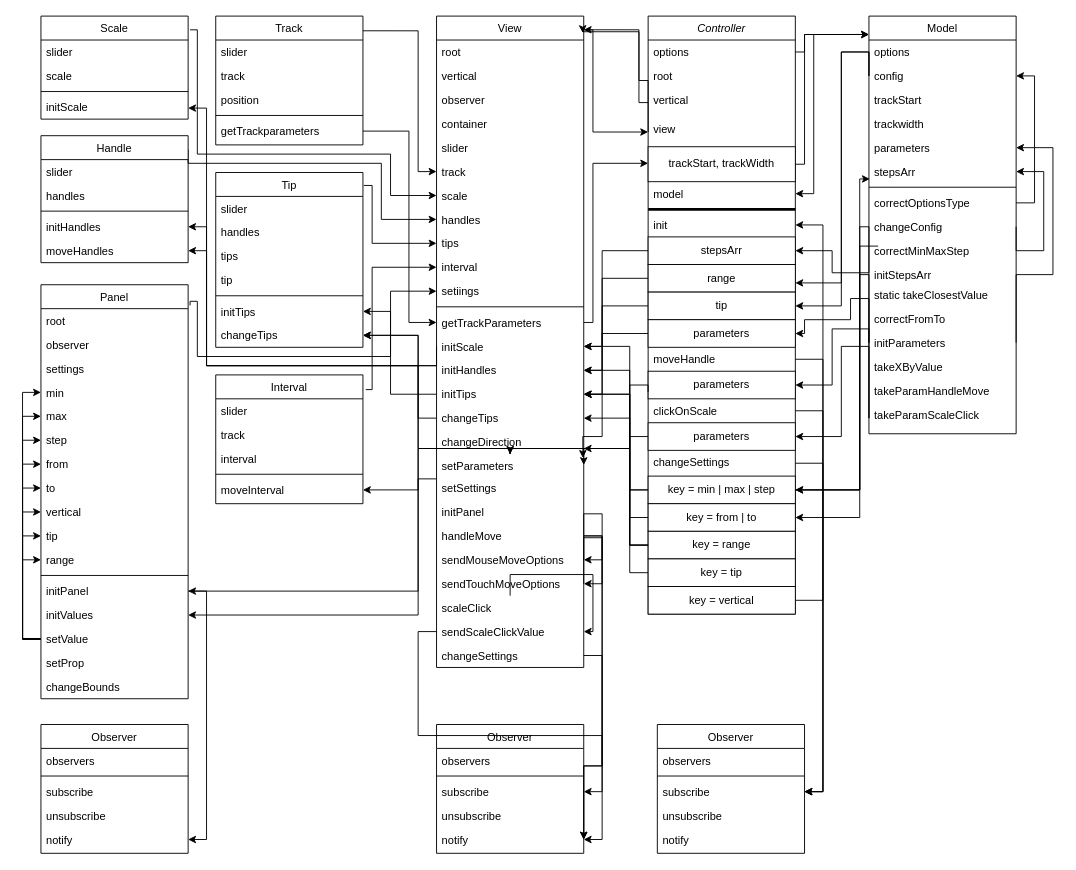
Earlier version of the draw.io diagram Untitled Diagram.drawio (galiaMuslimova/Slider). Source tidied: cells renumbered, new cells numbered last; positions are measured from the earlier drawing's top-left corner, leaving out a move shared by most shapes. Both pictures are drawn from the tidied source at 92%, with x=0, y=0 at pixel (40, 16).
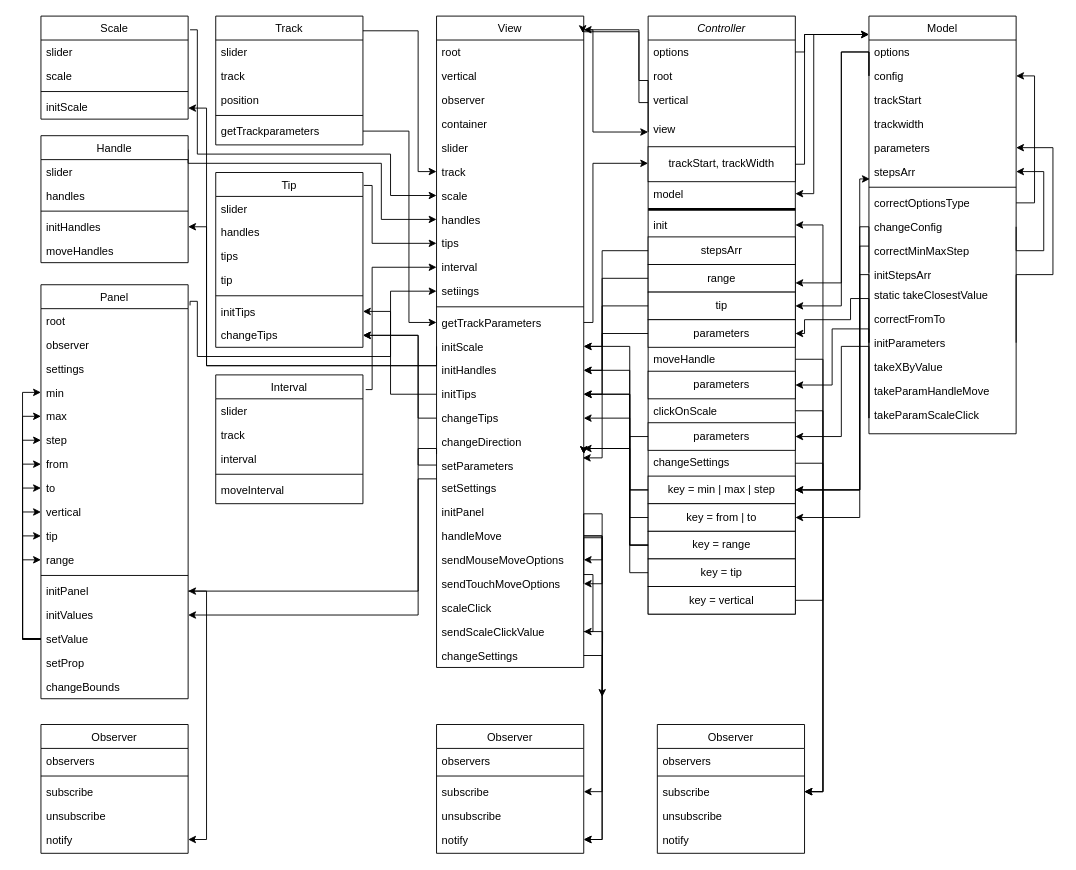
After the change.

Unchanged cells that the change refers to:
```xml
<mxCell id="2" value="View" style="swimlane;fontStyle=0;align=center;verticalAlign=top;horizontal=1;startSize=26;rounded=0;shadow=0;strokeWidth=1;" parent="1" vertex="1">
  <mxGeometry x="430" width="160" height="708" as="geometry" />
</mxCell>
<mxCell id="21" value="setParameters" style="text;align=left;verticalAlign=top;spacingLeft=4;spacingRight=4;overflow=hidden;points=[[0,0.5],[1,0.5]];portConstraint=eastwest;" parent="2" vertex="1">
  <mxGeometry y="476" width="160" height="24" as="geometry" />
</mxCell>
<mxCell id="27" value="sendMouseMoveOptions" style="text;align=left;verticalAlign=top;spacingLeft=4;spacingRight=4;overflow=hidden;points=[[0,0.5],[1,0.5]];portConstraint=eastwest;" parent="2" vertex="1">
  <mxGeometry y="578" width="160" height="26" as="geometry" />
</mxCell>
<mxCell id="28" value="sendTouchMoveOptions" style="text;align=left;verticalAlign=top;spacingLeft=4;spacingRight=4;overflow=hidden;points=[[0,0.5],[1,0.5]];portConstraint=eastwest;" parent="2" vertex="1">
  <mxGeometry y="604" width="160" height="26" as="geometry" />
</mxCell>
<mxCell id="29" value="scaleClick" style="text;align=left;verticalAlign=top;spacingLeft=4;spacingRight=4;overflow=hidden;points=[[0,0.5],[1,0.5]];portConstraint=eastwest;" parent="2" vertex="1">
  <mxGeometry y="630" width="160" height="26" as="geometry" />
</mxCell>
<mxCell id="30" value="sendScaleClickValue" style="text;align=left;verticalAlign=top;spacingLeft=4;spacingRight=4;overflow=hidden;points=[[0,0.5],[1,0.5]];portConstraint=eastwest;" parent="2" vertex="1">
  <mxGeometry y="656" width="160" height="26" as="geometry" />
</mxCell>
<mxCell id="46" value="initStepsArr" style="text;align=left;verticalAlign=top;spacingLeft=4;spacingRight=4;overflow=hidden;points=[[0,0.5],[1,0.5]];portConstraint=eastwest;rounded=0;shadow=0;html=0;" parent="34" vertex="1">
  <mxGeometry y="268" width="160" height="22" as="geometry" />
</mxCell>
<mxCell id="64" value="stepsArr" style="rounded=0;whiteSpace=wrap;html=1;" parent="55" vertex="1">
  <mxGeometry y="240" width="160" height="30" as="geometry" />
</mxCell>
<mxCell id="67" value="parameters" style="rounded=0;whiteSpace=wrap;html=1;" parent="55" vertex="1">
  <mxGeometry y="330" width="160" height="30" as="geometry" />
</mxCell>
<mxCell id="69" value="parameters" style="rounded=0;whiteSpace=wrap;html=1;" parent="55" vertex="1">
  <mxGeometry y="386" width="160" height="30" as="geometry" />
</mxCell>
<mxCell id="73" value="key = min | max | step" style="rounded=0;whiteSpace=wrap;html=1;" parent="55" vertex="1">
  <mxGeometry y="500" width="160" height="30" as="geometry" />
</mxCell>
<mxCell id="74" value="key = from | to" style="rounded=0;whiteSpace=wrap;html=1;" parent="55" vertex="1">
  <mxGeometry y="530" width="160" height="30" as="geometry" />
</mxCell>
<mxCell id="106" value="notify" style="text;align=left;verticalAlign=top;spacingLeft=4;spacingRight=4;overflow=hidden;points=[[0,0.5],[1,0.5]];portConstraint=eastwest;rounded=0;shadow=0;html=0;" parent="101" vertex="1">
  <mxGeometry y="112" width="160" height="26" as="geometry" />
</mxCell>
<mxCell id="127" value="moveHandles" style="text;align=left;verticalAlign=top;spacingLeft=4;spacingRight=4;overflow=hidden;points=[[0,0.5],[1,0.5]];portConstraint=eastwest;rounded=0;shadow=0;html=0;" parent="122" vertex="1">
  <mxGeometry y="112" width="160" height="26" as="geometry" />
</mxCell>
<mxCell id="135" value="changeTips" style="text;align=left;verticalAlign=top;spacingLeft=4;spacingRight=4;overflow=hidden;points=[[0,0.5],[1,0.5]];portConstraint=eastwest;rounded=0;shadow=0;html=0;" parent="128" vertex="1">
  <mxGeometry y="164" width="160" height="26" as="geometry" />
</mxCell>
<mxCell id="142" value="moveInterval" style="text;align=left;verticalAlign=top;spacingLeft=4;spacingRight=4;overflow=hidden;points=[[0,0.5],[1,0.5]];portConstraint=eastwest;rounded=0;shadow=0;html=0;" parent="137" vertex="1">
  <mxGeometry y="112" width="160" height="26" as="geometry" />
</mxCell>
<mxCell id="159" value="initValues" style="text;align=left;verticalAlign=top;spacingLeft=4;spacingRight=4;overflow=hidden;points=[[0,0.5],[1,0.5]];portConstraint=eastwest;rounded=0;shadow=0;html=0;" parent="145" vertex="1">
  <mxGeometry y="346" width="160" height="26" as="geometry" />
</mxCell>
```

Change to the diagram source:
```diff
@@
-    <mxCell id="32" style="edgeStyle=orthogonalEdgeStyle;rounded=0;jettySize=auto;html=1;entryX=1;entryY=0.5;entryDx=0;entryDy=0;" parent="2" edge="1" source="29" target="30">
+    <mxCell id="32" style="edgeStyle=orthogonalEdgeStyle;rounded=0;jettySize=auto;html=1;entryX=1;entryY=0.5;entryDx=0;entryDy=0;" parent="2" edge="1" target="30">
       <mxGeometry relative="1" as="geometry">
+        <mxPoint x="160" y="607" as="sourcePoint" />
         <Array as="points">
           <mxPoint x="170" y="607" />
         </Array>
       </mxGeometry>
     </mxCell>
@@
-    <mxCell id="85" style="edgeStyle=orthogonalEdgeStyle;rounded=0;jettySize=auto;html=1;entryX=1;entryY=0.5;entryDx=0;entryDy=0;" parent="1" edge="1" source="46" target="64">
-      <mxGeometry relative="1" as="geometry" />
-    </mxCell>
@@
     <mxCell id="179" style="edgeStyle=orthogonalEdgeStyle;rounded=0;jettySize=auto;html=1;exitX=1;exitY=0.5;exitDx=0;exitDy=0;entryX=1;entryY=0.5;entryDx=0;entryDy=0;" parent="1" edge="1" source="27" target="106">
       <mxGeometry relative="1" as="geometry">
         <Array as="points">
           <mxPoint x="590" y="541" />
           <mxPoint x="610" y="541" />
-          <mxPoint x="610" y="815" />
+          <mxPoint x="610" y="895" />
         </Array>
       </mxGeometry>
     </mxCell>
-    <mxCell id="180" style="edgeStyle=orthogonalEdgeStyle;rounded=0;jettySize=auto;html=1;exitX=1;exitY=0.5;exitDx=0;exitDy=0;entryX=1;entryY=0.5;entryDx=0;entryDy=0;" parent="1" edge="1" source="28" target="106">
+    <mxCell id="180" style="edgeStyle=orthogonalEdgeStyle;rounded=0;jettySize=auto;html=1;exitX=1;exitY=0.5;exitDx=0;exitDy=0;" parent="1" edge="1" source="28">
       <mxGeometry relative="1" as="geometry">
+        <mxPoint x="590" y="895" as="targetPoint" />
         <Array as="points">
           <mxPoint x="590" y="567" />
           <mxPoint x="610" y="567" />
-          <mxPoint x="610" y="815" />
+          <mxPoint x="610" y="895" />
         </Array>
       </mxGeometry>
     </mxCell>
@@
     <mxCell id="183" style="edgeStyle=orthogonalEdgeStyle;rounded=0;jettySize=auto;html=1;exitX=0;exitY=0.5;exitDx=0;exitDy=0;entryX=0.994;entryY=0.175;entryDx=0;entryDy=0;entryPerimeter=0;" parent="1" edge="1" source="67" target="21">
       <mxGeometry relative="1" as="geometry">
         <Array as="points">
           <mxPoint x="610" y="345" />
-          <mxPoint x="610" y="457" />
+          <mxPoint x="610" y="480" />
         </Array>
       </mxGeometry>
     </mxCell>
-    <mxCell id="184" style="edgeStyle=orthogonalEdgeStyle;rounded=0;jettySize=auto;html=1;exitX=0;exitY=0.75;exitDx=0;exitDy=0;entryX=1;entryY=0.5;entryDx=0;entryDy=0;" parent="1" edge="1" source="69" target="21">
-      <mxGeometry relative="1" as="geometry">
-        <Array as="points">
-          <mxPoint x="660" y="401" />
-          <mxPoint x="640" y="401" />
-          <mxPoint x="640" y="470" />
-        </Array>
-      </mxGeometry>
-    </mxCell>
@@
     <mxCell id="191" style="edgeStyle=orthogonalEdgeStyle;rounded=0;jettySize=auto;html=1;exitX=0;exitY=0.5;exitDx=0;exitDy=0;" parent="1" edge="1" source="73" target="21">
       <mxGeometry relative="1" as="geometry">
         <Array as="points">
           <mxPoint x="640" y="515" />
           <mxPoint x="640" y="470" />
+          <mxPoint x="590" y="470" />
         </Array>
       </mxGeometry>
     </mxCell>
     <mxCell id="192" style="edgeStyle=orthogonalEdgeStyle;rounded=0;jettySize=auto;html=1;entryX=1;entryY=0.5;entryDx=0;entryDy=0;" parent="1" edge="1" target="74">
       <mxGeometry relative="1" as="geometry">
-        <mxPoint x="910" y="250" as="sourcePoint" />
+        <mxPoint x="900" y="250" as="sourcePoint" />
         <Array as="points">
-          <mxPoint x="910" y="250" />
           <mxPoint x="890" y="250" />
           <mxPoint x="890" y="545" />
         </Array>
       </mxGeometry>
     </mxCell>
     <mxCell id="193" style="edgeStyle=orthogonalEdgeStyle;rounded=0;jettySize=auto;html=1;" parent="1" edge="1" source="74" target="21">
       <mxGeometry relative="1" as="geometry">
         <Array as="points">
           <mxPoint x="640" y="545" />
           <mxPoint x="640" y="470" />
+          <mxPoint x="590" y="470" />
         </Array>
       </mxGeometry>
     </mxCell>
@@
-    <mxCell id="198" style="edgeStyle=orthogonalEdgeStyle;rounded=0;jettySize=auto;html=1;" parent="1" edge="1" source="21" target="127">
-      <mxGeometry relative="1" as="geometry">
-        <Array as="points">
-          <mxPoint x="410" y="470" />
-          <mxPoint x="410" y="380" />
-          <mxPoint x="180" y="380" />
-          <mxPoint x="180" y="255" />
-        </Array>
-      </mxGeometry>
-    </mxCell>
     <mxCell id="199" style="edgeStyle=orthogonalEdgeStyle;rounded=0;jettySize=auto;html=1;" parent="1" edge="1" source="21" target="135">
       <mxGeometry relative="1" as="geometry">
         <Array as="points">
-          <mxPoint x="410" y="470" />
+          <mxPoint x="410" y="488" />
           <mxPoint x="410" y="347" />
         </Array>
       </mxGeometry>
     </mxCell>
-    <mxCell id="200" style="edgeStyle=orthogonalEdgeStyle;rounded=0;jettySize=auto;html=1;" parent="1" edge="1" source="21" target="142">
-      <mxGeometry relative="1" as="geometry">
-        <Array as="points">
-          <mxPoint x="410" y="470" />
-          <mxPoint x="410" y="515" />
-        </Array>
-      </mxGeometry>
-    </mxCell>
     <mxCell id="201" style="edgeStyle=orthogonalEdgeStyle;rounded=0;jettySize=auto;html=1;entryX=1;entryY=0.5;entryDx=0;entryDy=0;" parent="1" edge="1" source="21" target="159">
       <mxGeometry relative="1" as="geometry">
         <Array as="points">
+          <mxPoint x="430" y="470" />
           <mxPoint x="410" y="470" />
           <mxPoint x="410" y="651" />
         </Array>
       </mxGeometry>
     </mxCell>
@@
-    <mxCell id="206" style="edgeStyle=orthogonalEdgeStyle;rounded=0;jettySize=auto;html=1;" parent="1" edge="1" source="30" target="106">
-      <mxGeometry relative="1" as="geometry" />
+    <mxCell id="206" style="edgeStyle=orthogonalEdgeStyle;rounded=0;jettySize=auto;html=1;" parent="1" edge="1" source="30">
+      <mxGeometry relative="1" as="geometry">
+        <mxPoint x="610" y="740" as="targetPoint" />
+      </mxGeometry>
     </mxCell>
```
